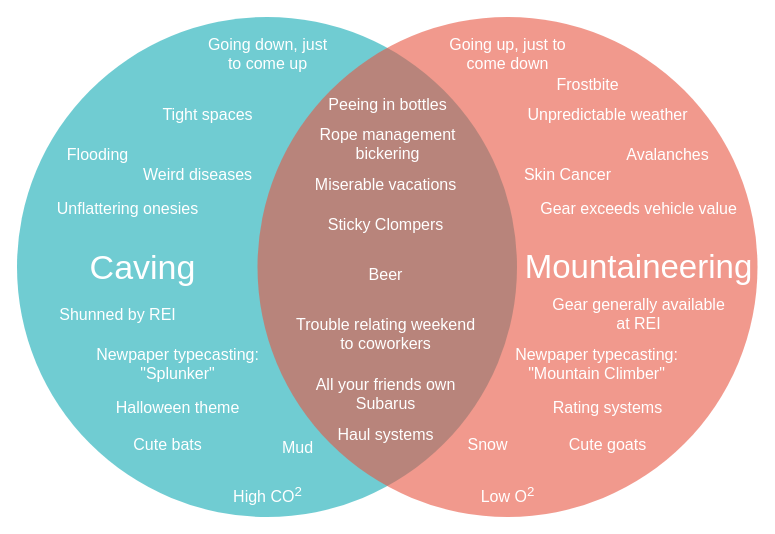
This is MountaineerCavingVenn.drawio from socalgrotto/diagrams, a draw.io file, before an edit. Source tidied: cells renumbered, new cells numbered last; positions are measured from the earlier drawing's top-left corner, leaving out a move shared by most shapes. Both pictures are drawn from the tidied source at 100%, with x=0, y=0 at pixel (17, 16).
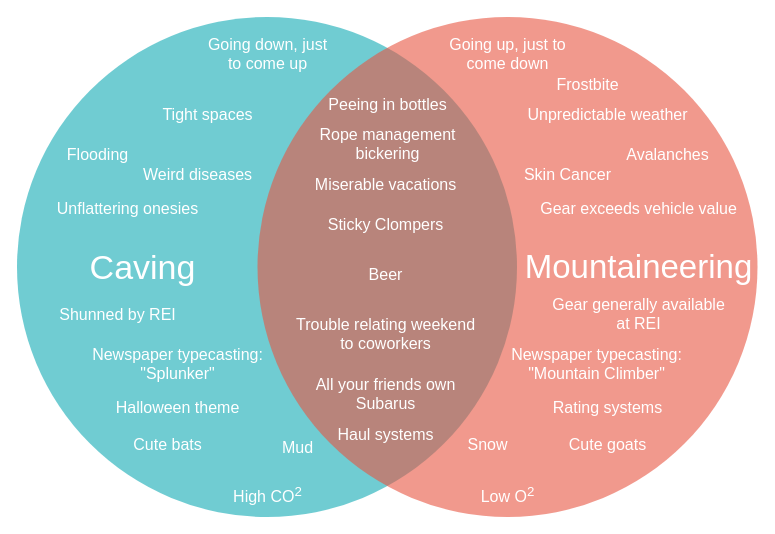
The same page after the edit.

Diff of the diagram source:
```diff
@@
-    <mxCell id="21" value="&lt;div&gt;Newpaper typecasting: &lt;br&gt;&lt;/div&gt;&lt;div&gt;&quot;Splunker&quot;&lt;/div&gt;" style="text;align=center;html=1;fontColor=#FFFFFF;fontSize=16;" parent="1" vertex="1">
+    <mxCell id="21" value="&lt;div&gt;Newspaper typecasting: &lt;br&gt;&lt;/div&gt;&lt;div&gt;&quot;Splunker&quot;&lt;/div&gt;" style="text;align=center;html=1;fontColor=#FFFFFF;fontSize=16;" parent="1" vertex="1">
       <mxGeometry x="140" y="322" width="40" height="40" as="geometry" />
     </mxCell>
-    <mxCell id="22" value="&lt;div&gt;Newpaper typecasting: &lt;br&gt;&lt;/div&gt;&lt;div&gt;&quot;Mountain Climber&quot;&lt;/div&gt;" style="text;align=center;html=1;fontColor=#FFFFFF;fontSize=16;" parent="1" vertex="1">
+    <mxCell id="22" value="&lt;div&gt;Newspaper typecasting: &lt;br&gt;&lt;/div&gt;&lt;div&gt;&quot;Mountain Climber&quot;&lt;/div&gt;" style="text;align=center;html=1;fontColor=#FFFFFF;fontSize=16;" parent="1" vertex="1">
       <mxGeometry x="559" y="322" width="40" height="40" as="geometry" />
     </mxCell>
```
